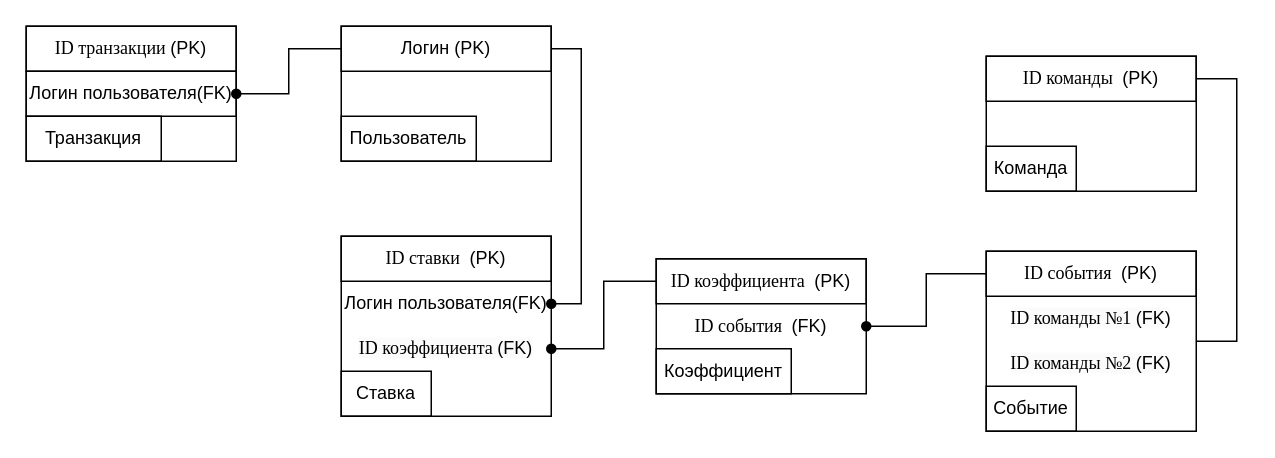
This is бд/курсач/диаграммаНаКлючах2.drawio from ainesskk/term5, a draw.io file, before an edit. Source tidied: cells renumbered, new cells numbered last; positions are measured from the earlier drawing's top-left corner, leaving out a move shared by most shapes. Both pictures are drawn from the tidied source at 150%, with x=0, y=0 at pixel (26, 26).
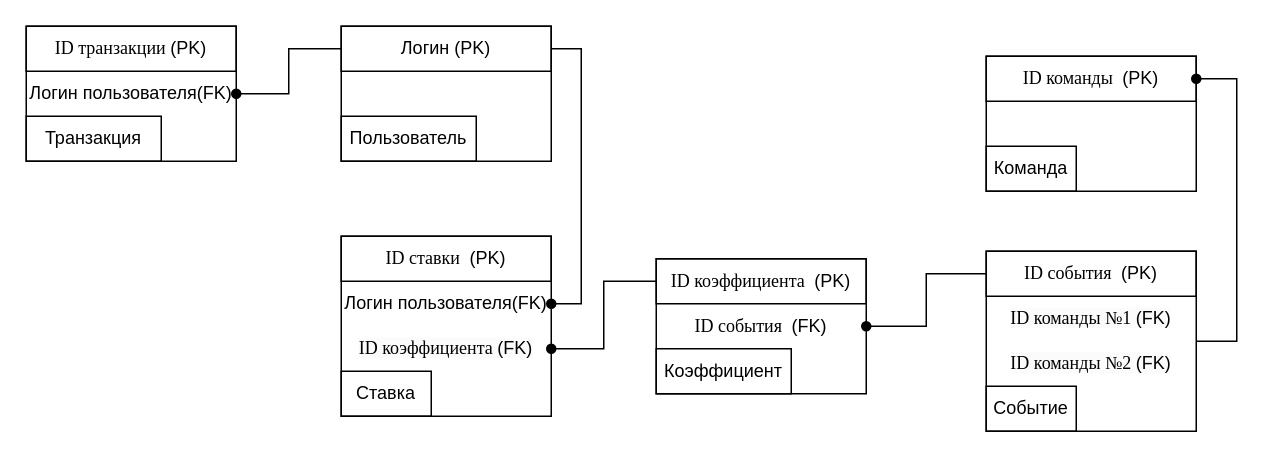
Above is the later version.

Unchanged cells that the change refers to:
```xml
<mxCell id="29" value="&lt;font style=&quot;font-size: 12px;&quot;&gt;&lt;span style=&quot;line-height: 106%; font-family: &amp;quot;Times New Roman&amp;quot;, serif;&quot; lang=&quot;EN-US&quot;&gt;ID команды&lt;/span&gt;&lt;span style=&quot;line-height: 106%; font-family: &amp;quot;Times New Roman&amp;quot;, serif;&quot;&gt;&amp;nbsp;&lt;/span&gt;&amp;nbsp;(PK)&lt;/font&gt;" style="rounded=0;whiteSpace=wrap;html=1;fillColor=none;" parent="1" vertex="1">
  <mxGeometry x="640" y="20" width="140" height="30" as="geometry" />
</mxCell>
<mxCell id="33" value="&lt;br&gt;&lt;span style=&quot;forced-color-adjust: none; color: rgb(0, 0, 0); font-size: 12px; font-style: normal; font-variant-ligatures: normal; font-variant-caps: normal; font-weight: 400; letter-spacing: normal; orphans: 2; text-align: center; text-indent: 0px; text-transform: none; widows: 2; word-spacing: 0px; -webkit-text-stroke-width: 0px; white-space: normal; background-color: rgb(251, 251, 251); text-decoration-thickness: initial; text-decoration-style: initial; text-decoration-color: initial; line-height: 12.72px; font-family: &amp;quot;Times New Roman&amp;quot;, serif;&quot; lang=&quot;EN-US&quot;&gt;ID&lt;span&gt;&amp;nbsp;команды №2&amp;nbsp;&lt;/span&gt;&lt;/span&gt;&lt;span style=&quot;color: rgb(0, 0, 0); font-family: Helvetica; font-size: 12px; font-style: normal; font-variant-ligatures: normal; font-variant-caps: normal; font-weight: 400; letter-spacing: normal; orphans: 2; text-align: center; text-indent: 0px; text-transform: none; widows: 2; word-spacing: 0px; -webkit-text-stroke-width: 0px; white-space: normal; background-color: rgb(251, 251, 251); text-decoration-thickness: initial; text-decoration-style: initial; text-decoration-color: initial; display: inline !important; float: none;&quot;&gt;(FK)&lt;/span&gt;&lt;div&gt;&lt;br&gt;&lt;/div&gt;" style="rounded=0;whiteSpace=wrap;html=1;fillColor=none;strokeColor=none;" parent="1" vertex="1">
  <mxGeometry x="640" y="210" width="140" height="30" as="geometry" />
</mxCell>
```

The edit, as a diff of the source:
```diff
@@
-    <mxCell id="26" value="Логин пользователя(FK)" style="rounded=0;whiteSpace=wrap;html=1;fillColor=none;" parent="1" vertex="1">
+    <mxCell id="26" value="Логин пользователя(FK)" style="rounded=0;whiteSpace=wrap;html=1;fillColor=none;strokeColor=none;" parent="1" vertex="1">
       <mxGeometry y="30" width="140" height="30" as="geometry" />
     </mxCell>
@@
-    <mxCell id="28" style="edgeStyle=orthogonalEdgeStyle;rounded=0;jettySize=auto;html=1;entryX=1;entryY=0;entryDx=0;entryDy=0;endArrow=none;endFill=0;startArrow=none;startFill=0;" parent="1" edge="1" source="29" target="33">
+    <mxCell id="28" style="edgeStyle=orthogonalEdgeStyle;rounded=0;jettySize=auto;html=1;entryX=1;entryY=0;entryDx=0;entryDy=0;endArrow=none;endFill=0;startArrow=oval;startFill=1;" parent="1" edge="1" source="29" target="33">
       <mxGeometry relative="1" as="geometry">
         <Array as="points">
           <mxPoint x="807" y="35" />
           <mxPoint x="807" y="210" />
         </Array>
       </mxGeometry>
     </mxCell>
```
